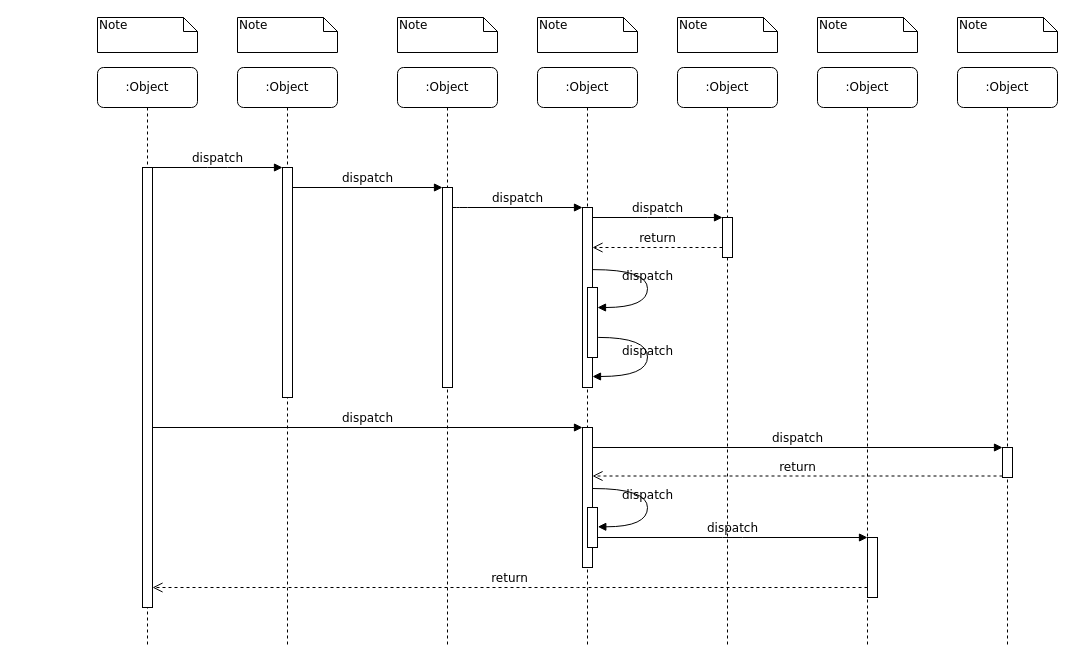
Above: Untitled Diagram.drawio in Viringe/projetL3UML-Baudoin-Gries-EL_IDRISSI_EL_BOUZIDI-2020 (draw.io), before the change. Source tidied: cells renumbered, new cells numbered last; positions are measured from the earlier drawing's top-left corner, leaving out a move shared by most shapes. Both pictures are drawn from the tidied source at 100%, with x=0, y=0 at pixel (97, 17).
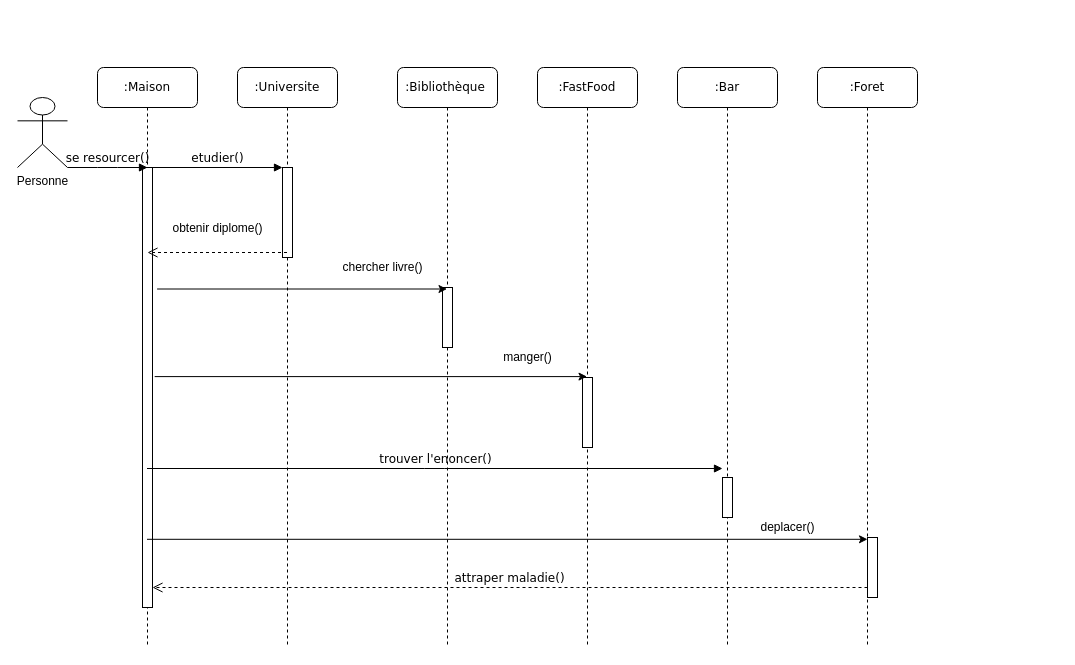
After the change.

The change refers to these unchanged cells:
```xml
<mxCell id="11" style="html=1;points=[];perimeter=orthogonalPerimeter;rounded=0;shadow=0;comic=0;labelBackgroundColor=none;strokeWidth=1;fontFamily=Verdana;fontSize=12;align=center;" parent="10" vertex="1">
  <mxGeometry x="45" y="100" width="10" height="440" as="geometry" />
</mxCell>
<mxCell id="22" style="html=1;points=[];perimeter=orthogonalPerimeter;rounded=0;shadow=0;comic=0;labelBackgroundColor=none;strokeWidth=1;fontFamily=Verdana;fontSize=12;align=center;" parent="1" vertex="1">
  <mxGeometry x="770" y="520" width="10" height="60" as="geometry" />
</mxCell>
```

What changed in the source:
```diff
@@
-    <mxCell id="2" value=":Object" style="shape=umlLifeline;perimeter=lifelinePerimeter;whiteSpace=wrap;html=1;rounded=1;shadow=0;comic=0;labelBackgroundColor=none;strokeWidth=1;fontFamily=Verdana;fontSize=12;align=center;" parent="1" vertex="1">
+    <mxCell id="2" value=":Universite" style="shape=umlLifeline;perimeter=lifelinePerimeter;whiteSpace=wrap;html=1;rounded=1;shadow=0;comic=0;labelBackgroundColor=none;strokeWidth=1;fontFamily=Verdana;fontSize=12;align=center;" parent="1" vertex="1">
       <mxGeometry x="140" y="50" width="100" height="580" as="geometry" />
     </mxCell>
     <mxCell id="3" style="html=1;points=[];perimeter=orthogonalPerimeter;rounded=0;shadow=0;comic=0;labelBackgroundColor=none;strokeWidth=1;fontFamily=Verdana;fontSize=12;align=center;" parent="2" vertex="1">
-      <mxGeometry x="45" y="100" width="10" height="230" as="geometry" />
+      <mxGeometry x="45" y="100" width="10" height="90" as="geometry" />
     </mxCell>
-    <mxCell id="4" value=":Object" style="shape=umlLifeline;perimeter=lifelinePerimeter;whiteSpace=wrap;html=1;rounded=1;shadow=0;comic=0;labelBackgroundColor=none;strokeWidth=1;fontFamily=Verdana;fontSize=12;align=center;" parent="1" vertex="1">
+    <mxCell id="4" value=":Bibliothèque&amp;nbsp;" style="shape=umlLifeline;perimeter=lifelinePerimeter;whiteSpace=wrap;html=1;rounded=1;shadow=0;comic=0;labelBackgroundColor=none;strokeWidth=1;fontFamily=Verdana;fontSize=12;align=center;" parent="1" vertex="1">
       <mxGeometry x="300" y="50" width="100" height="580" as="geometry" />
     </mxCell>
     <mxCell id="5" style="html=1;points=[];perimeter=orthogonalPerimeter;rounded=0;shadow=0;comic=0;labelBackgroundColor=none;strokeWidth=1;fontFamily=Verdana;fontSize=12;align=center;" parent="4" vertex="1">
-      <mxGeometry x="45" y="120" width="10" height="200" as="geometry" />
+      <mxGeometry x="45" y="220" width="10" height="60" as="geometry" />
     </mxCell>
-    <mxCell id="6" value=":Object" style="shape=umlLifeline;perimeter=lifelinePerimeter;whiteSpace=wrap;html=1;rounded=1;shadow=0;comic=0;labelBackgroundColor=none;strokeWidth=1;fontFamily=Verdana;fontSize=12;align=center;" parent="1" vertex="1">
+    <mxCell id="6" value=":FastFood" style="shape=umlLifeline;perimeter=lifelinePerimeter;whiteSpace=wrap;html=1;rounded=1;shadow=0;comic=0;labelBackgroundColor=none;strokeWidth=1;fontFamily=Verdana;fontSize=12;align=center;" parent="1" vertex="1">
       <mxGeometry x="440" y="50" width="100" height="580" as="geometry" />
     </mxCell>
+    <mxCell id="17" style="html=1;points=[];perimeter=orthogonalPerimeter;rounded=0;shadow=0;comic=0;labelBackgroundColor=none;strokeWidth=1;fontFamily=Verdana;fontSize=12;align=center;" parent="6" vertex="1">
+      <mxGeometry x="45" y="310" width="10" height="70" as="geometry" />
+    </mxCell>
-    <mxCell id="7" value=":Object" style="shape=umlLifeline;perimeter=lifelinePerimeter;whiteSpace=wrap;html=1;rounded=1;shadow=0;comic=0;labelBackgroundColor=none;strokeWidth=1;fontFamily=Verdana;fontSize=12;align=center;" parent="1" vertex="1">
+    <mxCell id="7" value=":Bar" style="shape=umlLifeline;perimeter=lifelinePerimeter;whiteSpace=wrap;html=1;rounded=1;shadow=0;comic=0;labelBackgroundColor=none;strokeWidth=1;fontFamily=Verdana;fontSize=12;align=center;" parent="1" vertex="1">
       <mxGeometry x="580" y="50" width="100" height="580" as="geometry" />
     </mxCell>
+    <mxCell id="14" style="html=1;points=[];perimeter=orthogonalPerimeter;rounded=0;shadow=0;comic=0;labelBackgroundColor=none;strokeWidth=1;fontFamily=Verdana;fontSize=12;align=center;" parent="7" vertex="1">
+      <mxGeometry x="45" y="410" width="10" height="40" as="geometry" />
+    </mxCell>
-    <mxCell id="8" value=":Object" style="shape=umlLifeline;perimeter=lifelinePerimeter;whiteSpace=wrap;html=1;rounded=1;shadow=0;comic=0;labelBackgroundColor=none;strokeWidth=1;fontFamily=Verdana;fontSize=12;align=center;" parent="1" vertex="1">
+    <mxCell id="8" value=":Foret" style="shape=umlLifeline;perimeter=lifelinePerimeter;whiteSpace=wrap;html=1;rounded=1;shadow=0;comic=0;labelBackgroundColor=none;strokeWidth=1;fontFamily=Verdana;fontSize=12;align=center;" parent="1" vertex="1">
       <mxGeometry x="720" y="50" width="100" height="580" as="geometry" />
     </mxCell>
-    <mxCell id="9" value=":Object" style="shape=umlLifeline;perimeter=lifelinePerimeter;whiteSpace=wrap;html=1;rounded=1;shadow=0;comic=0;labelBackgroundColor=none;strokeWidth=1;fontFamily=Verdana;fontSize=12;align=center;" parent="1" vertex="1">
-      <mxGeometry x="860" y="50" width="100" height="580" as="geometry" />
-    </mxCell>
-    <mxCell id="10" value=":Object" style="shape=umlLifeline;perimeter=lifelinePerimeter;whiteSpace=wrap;html=1;outlineConnect=0;rounded=1;shadow=0;comic=0;labelBackgroundColor=none;strokeWidth=1;fontFamily=Verdana;fontSize=12;align=center;" parent="1" vertex="1">
+    <mxCell id="10" value=":Maison" style="shape=umlLifeline;perimeter=lifelinePerimeter;whiteSpace=wrap;html=1;outlineConnect=0;rounded=1;shadow=0;comic=0;labelBackgroundColor=none;strokeWidth=1;fontFamily=Verdana;fontSize=12;align=center;" parent="1" vertex="1">
       <mxGeometry y="50" width="100" height="580" as="geometry" />
     </mxCell>
@@
-    <mxCell id="12" style="html=1;points=[];perimeter=orthogonalPerimeter;rounded=0;shadow=0;comic=0;labelBackgroundColor=none;strokeWidth=1;fontFamily=Verdana;fontSize=12;align=center;" parent="1" vertex="1">
-      <mxGeometry x="485" y="190" width="10" height="180" as="geometry" />
-    </mxCell>
-    <mxCell id="13" value="dispatch" style="html=1;verticalAlign=bottom;endArrow=block;labelBackgroundColor=none;fontFamily=Verdana;fontSize=12;edgeStyle=elbowEdgeStyle;elbow=vertical;" parent="1" edge="1" source="5" target="12">
-      <mxGeometry relative="1" as="geometry">
-        <Array as="points">
-          <mxPoint x="360" y="190" />
-        </Array>
-      </mxGeometry>
-    </mxCell>
-    <mxCell id="14" style="html=1;points=[];perimeter=orthogonalPerimeter;rounded=0;shadow=0;comic=0;labelBackgroundColor=none;strokeWidth=1;fontFamily=Verdana;fontSize=12;align=center;" parent="1" vertex="1">
-      <mxGeometry x="625" y="200" width="10" height="40" as="geometry" />
-    </mxCell>
-    <mxCell id="15" value="dispatch" style="html=1;verticalAlign=bottom;endArrow=block;entryX=0;entryY=0;labelBackgroundColor=none;fontFamily=Verdana;fontSize=12;edgeStyle=elbowEdgeStyle;elbow=vertical;" parent="1" edge="1" source="12" target="14">
-      <mxGeometry relative="1" as="geometry" />
-    </mxCell>
-    <mxCell id="16" value="return" style="html=1;verticalAlign=bottom;endArrow=open;dashed=1;endSize=8;labelBackgroundColor=none;fontFamily=Verdana;fontSize=12;edgeStyle=elbowEdgeStyle;elbow=vertical;" parent="1" edge="1" source="14" target="12">
-      <mxGeometry relative="1" as="geometry">
-        <Array as="points">
-          <mxPoint x="570" y="230" />
-          <mxPoint x="600" y="230" />
-        </Array>
-      </mxGeometry>
-    </mxCell>
-    <mxCell id="17" style="html=1;points=[];perimeter=orthogonalPerimeter;rounded=0;shadow=0;comic=0;labelBackgroundColor=none;strokeWidth=1;fontFamily=Verdana;fontSize=12;align=center;" parent="1" vertex="1">
-      <mxGeometry x="485" y="410" width="10" height="140" as="geometry" />
-    </mxCell>
-    <mxCell id="18" value="dispatch" style="html=1;verticalAlign=bottom;endArrow=block;entryX=0;entryY=0;labelBackgroundColor=none;fontFamily=Verdana;fontSize=12;" parent="1" edge="1" source="11" target="17">
-      <mxGeometry relative="1" as="geometry" />
-    </mxCell>
-    <mxCell id="19" style="html=1;points=[];perimeter=orthogonalPerimeter;rounded=0;shadow=0;comic=0;labelBackgroundColor=none;strokeColor=#000000;strokeWidth=1;fillColor=#FFFFFF;fontFamily=Verdana;fontSize=12;fontColor=#000000;align=center;" parent="1" vertex="1">
-      <mxGeometry x="905" y="430" width="10" height="30" as="geometry" />
-    </mxCell>
-    <mxCell id="20" value="dispatch" style="html=1;verticalAlign=bottom;endArrow=block;entryX=0;entryY=0;labelBackgroundColor=none;fontFamily=Verdana;fontSize=12;" parent="1" edge="1" source="17" target="19">
-      <mxGeometry relative="1" as="geometry" />
-    </mxCell>
-    <mxCell id="21" value="return" style="html=1;verticalAlign=bottom;endArrow=open;dashed=1;endSize=8;exitX=0;exitY=0.95;labelBackgroundColor=none;fontFamily=Verdana;fontSize=12;" parent="1" edge="1" source="19" target="17">
-      <mxGeometry relative="1" as="geometry" />
-    </mxCell>
@@
-    <mxCell id="23" value="dispatch" style="html=1;verticalAlign=bottom;endArrow=block;entryX=0;entryY=0;labelBackgroundColor=none;fontFamily=Verdana;fontSize=12;edgeStyle=elbowEdgeStyle;elbow=vertical;" parent="1" edge="1" source="30" target="22">
-      <mxGeometry relative="1" as="geometry" />
-    </mxCell>
-    <mxCell id="24" value="return" style="html=1;verticalAlign=bottom;endArrow=open;dashed=1;endSize=8;labelBackgroundColor=none;fontFamily=Verdana;fontSize=12;edgeStyle=elbowEdgeStyle;elbow=vertical;" parent="1" edge="1" source="22" target="11">
+    <mxCell id="24" value="attraper maladie()" style="html=1;verticalAlign=bottom;endArrow=open;dashed=1;endSize=8;labelBackgroundColor=none;fontFamily=Verdana;fontSize=12;edgeStyle=elbowEdgeStyle;elbow=vertical;" parent="1" edge="1" source="22" target="11">
       <mxGeometry relative="1" as="geometry">
         <Array as="points">
           <mxPoint x="470" y="570" />
         </Array>
       </mxGeometry>
     </mxCell>
-    <mxCell id="25" value="dispatch" style="html=1;verticalAlign=bottom;endArrow=block;entryX=0;entryY=0;labelBackgroundColor=none;fontFamily=Verdana;fontSize=12;edgeStyle=elbowEdgeStyle;elbow=vertical;" parent="1" edge="1" source="11" target="3">
+    <mxCell id="25" value="etudier()" style="html=1;verticalAlign=bottom;endArrow=block;entryX=0;entryY=0;labelBackgroundColor=none;fontFamily=Verdana;fontSize=12;edgeStyle=elbowEdgeStyle;elbow=vertical;" parent="1" edge="1" source="11" target="3">
       <mxGeometry relative="1" as="geometry" />
     </mxCell>
-    <mxCell id="26" value="dispatch" style="html=1;verticalAlign=bottom;endArrow=block;entryX=0;entryY=0;labelBackgroundColor=none;fontFamily=Verdana;fontSize=12;edgeStyle=elbowEdgeStyle;elbow=vertical;" parent="1" edge="1" source="3" target="5">
-      <mxGeometry relative="1" as="geometry" />
-    </mxCell>
-    <mxCell id="27" style="html=1;points=[];perimeter=orthogonalPerimeter;rounded=0;shadow=0;comic=0;labelBackgroundColor=none;strokeWidth=1;fontFamily=Verdana;fontSize=12;align=center;" parent="1" vertex="1">
-      <mxGeometry x="490" y="270" width="10" height="70" as="geometry" />
-    </mxCell>
-    <mxCell id="28" value="dispatch" style="html=1;verticalAlign=bottom;endArrow=block;labelBackgroundColor=none;fontFamily=Verdana;fontSize=12;elbow=vertical;edgeStyle=orthogonalEdgeStyle;curved=1;entryX=1;entryY=0.286;entryPerimeter=0;exitX=1.038;exitY=0.345;exitPerimeter=0;" parent="1" edge="1" source="12" target="27">
-      <mxGeometry relative="1" as="geometry">
-        <Array as="points">
-          <mxPoint x="550" y="252" />
-          <mxPoint x="550" y="290" />
-        </Array>
-      </mxGeometry>
-    </mxCell>
-    <mxCell id="29" value="dispatch" style="html=1;verticalAlign=bottom;endArrow=block;labelBackgroundColor=none;fontFamily=Verdana;fontSize=12;elbow=vertical;edgeStyle=orthogonalEdgeStyle;curved=1;exitX=1.066;exitY=0.713;exitPerimeter=0;" parent="1" edge="1" source="27">
-      <mxGeometry relative="1" as="geometry">
-        <mxPoint x="495" y="359" as="targetPoint" />
-        <Array as="points">
-          <mxPoint x="550" y="320" />
-          <mxPoint x="550" y="359" />
-        </Array>
-      </mxGeometry>
-    </mxCell>
-    <mxCell id="30" style="html=1;points=[];perimeter=orthogonalPerimeter;rounded=0;shadow=0;comic=0;labelBackgroundColor=none;strokeWidth=1;fontFamily=Verdana;fontSize=12;align=center;" parent="1" vertex="1">
-      <mxGeometry x="490" y="490" width="10" height="40" as="geometry" />
-    </mxCell>
-    <mxCell id="31" value="dispatch" style="html=1;verticalAlign=bottom;endArrow=block;labelBackgroundColor=none;fontFamily=Verdana;fontSize=12;elbow=vertical;edgeStyle=orthogonalEdgeStyle;curved=1;entryX=1;entryY=0.286;entryPerimeter=0;exitX=1.038;exitY=0.345;exitPerimeter=0;" parent="1" edge="1">
-      <mxGeometry relative="1" as="geometry">
-        <mxPoint x="495.3" y="471" as="sourcePoint" />
-        <mxPoint x="500.3" y="509.3" as="targetPoint" />
-        <Array as="points">
-          <mxPoint x="550" y="471" />
-          <mxPoint x="550" y="509" />
-        </Array>
-      </mxGeometry>
-    </mxCell>
-    <mxCell id="32" value="Note" style="shape=note;whiteSpace=wrap;html=1;size=14;verticalAlign=top;align=left;spacingTop=-6;rounded=0;shadow=0;comic=0;labelBackgroundColor=none;strokeWidth=1;fontFamily=Verdana;fontSize=12;" parent="1" vertex="1">
-      <mxGeometry width="100" height="35" as="geometry" />
-    </mxCell>
-    <mxCell id="33" value="Note" style="shape=note;whiteSpace=wrap;html=1;size=14;verticalAlign=top;align=left;spacingTop=-6;rounded=0;shadow=0;comic=0;labelBackgroundColor=none;strokeWidth=1;fontFamily=Verdana;fontSize=12;" parent="1" vertex="1">
-      <mxGeometry x="140" width="100" height="35" as="geometry" />
-    </mxCell>
-    <mxCell id="34" value="Note" style="shape=note;whiteSpace=wrap;html=1;size=14;verticalAlign=top;align=left;spacingTop=-6;rounded=0;shadow=0;comic=0;labelBackgroundColor=none;strokeWidth=1;fontFamily=Verdana;fontSize=12;" parent="1" vertex="1">
-      <mxGeometry x="300" width="100" height="35" as="geometry" />
-    </mxCell>
-    <mxCell id="35" value="Note" style="shape=note;whiteSpace=wrap;html=1;size=14;verticalAlign=top;align=left;spacingTop=-6;rounded=0;shadow=0;comic=0;labelBackgroundColor=none;strokeWidth=1;fontFamily=Verdana;fontSize=12;" parent="1" vertex="1">
-      <mxGeometry x="440" width="100" height="35" as="geometry" />
-    </mxCell>
-    <mxCell id="36" value="Note" style="shape=note;whiteSpace=wrap;html=1;size=14;verticalAlign=top;align=left;spacingTop=-6;rounded=0;shadow=0;comic=0;labelBackgroundColor=none;strokeWidth=1;fontFamily=Verdana;fontSize=12;" parent="1" vertex="1">
-      <mxGeometry x="580" width="100" height="35" as="geometry" />
-    </mxCell>
-    <mxCell id="37" value="Note" style="shape=note;whiteSpace=wrap;html=1;size=14;verticalAlign=top;align=left;spacingTop=-6;rounded=0;shadow=0;comic=0;labelBackgroundColor=none;strokeWidth=1;fontFamily=Verdana;fontSize=12;" parent="1" vertex="1">
-      <mxGeometry x="720" width="100" height="35" as="geometry" />
-    </mxCell>
-    <mxCell id="38" value="Note" style="shape=note;whiteSpace=wrap;html=1;size=14;verticalAlign=top;align=left;spacingTop=-6;rounded=0;shadow=0;comic=0;labelBackgroundColor=none;strokeWidth=1;fontFamily=Verdana;fontSize=12;" parent="1" vertex="1">
-      <mxGeometry x="860" width="100" height="35" as="geometry" />
-    </mxCell>
+    <mxCell id="39" value="Personne" style="shape=umlActor;verticalLabelPosition=bottom;verticalAlign=top;html=1;" parent="1" vertex="1">
+      <mxGeometry x="-80" y="80" width="50" height="70" as="geometry" />
+    </mxCell>
+    <mxCell id="40" style="html=1;verticalAlign=bottom;endArrow=open;dashed=1;endSize=8;labelBackgroundColor=none;fontFamily=Verdana;fontSize=12;edgeStyle=elbowEdgeStyle;elbow=vertical;" parent="1" edge="1">
+      <mxGeometry relative="1" as="geometry">
+        <mxPoint x="189.5" y="235" as="sourcePoint" />
+        <mxPoint x="50" y="235" as="targetPoint" />
+        <Array as="points">
+          <mxPoint x="150" y="235" />
+          <mxPoint x="120" y="235" />
+        </Array>
+      </mxGeometry>
+    </mxCell>
+    <mxCell id="41" value="obtenir diplome()" style="text;html=1;align=center;verticalAlign=middle;" parent="1" vertex="1">
+      <mxGeometry x="65" y="201" width="110" height="20" as="geometry" />
+    </mxCell>
+    <mxCell id="42" value="se resourcer()" style="html=1;verticalAlign=bottom;endArrow=block;entryX=0;entryY=0;labelBackgroundColor=none;fontFamily=Verdana;fontSize=12;edgeStyle=elbowEdgeStyle;elbow=vertical;" parent="1" edge="1">
+      <mxGeometry relative="1" as="geometry">
+        <mxPoint x="-30" y="150" as="sourcePoint" />
+        <mxPoint x="50" y="150" as="targetPoint" />
+      </mxGeometry>
+    </mxCell>
+    <mxCell id="43" style="endArrow=classic;html=1;exitX=1.46;exitY=0.358;exitDx=0;exitDy=0;exitPerimeter=0;" parent="1" edge="1">
+      <mxGeometry relative="1" as="geometry">
+        <mxPoint x="59.6" y="271.5" as="sourcePoint" />
+        <mxPoint x="349.5" y="271.5" as="targetPoint" />
+      </mxGeometry>
+    </mxCell>
+    <mxCell id="44" value="chercher livre()" style="text;html=1;align=center;verticalAlign=middle;" parent="1" vertex="1">
+      <mxGeometry x="235" y="240" width="100" height="20" as="geometry" />
+    </mxCell>
+    <mxCell id="45" style="endArrow=classic;html=1;exitX=1.22;exitY=0.598;exitDx=0;exitDy=0;exitPerimeter=0;" parent="1" edge="1">
+      <mxGeometry relative="1" as="geometry">
+        <mxPoint x="57.2" y="359.1" as="sourcePoint" />
+        <mxPoint x="489.5" y="359.1" as="targetPoint" />
+      </mxGeometry>
+    </mxCell>
+    <mxCell id="46" value="manger()" style="text;html=1;align=center;verticalAlign=middle;" parent="1" vertex="1">
+      <mxGeometry x="400" y="330" width="60" height="20" as="geometry" />
+    </mxCell>
+    <mxCell id="47" value="trouver l'enoncer()" style="html=1;verticalAlign=bottom;endArrow=block;entryX=0;entryY=0;labelBackgroundColor=none;fontFamily=Verdana;fontSize=12;edgeStyle=elbowEdgeStyle;elbow=vertical;" parent="1" edge="1">
+      <mxGeometry relative="1" as="geometry">
+        <mxPoint x="49.5" y="451" as="sourcePoint" />
+        <mxPoint x="625" y="451" as="targetPoint" />
+      </mxGeometry>
+    </mxCell>
+    <mxCell id="48" style="endArrow=classic;html=1;entryX=0;entryY=0.03;entryDx=0;entryDy=0;entryPerimeter=0;" parent="1" edge="1" source="10" target="22">
+      <mxGeometry relative="1" as="geometry" />
+    </mxCell>
+    <mxCell id="49" value="deplacer()" style="text;html=1;align=center;verticalAlign=middle;" parent="1" vertex="1">
+      <mxGeometry x="655" y="500" width="70" height="20" as="geometry" />
+    </mxCell>
```
